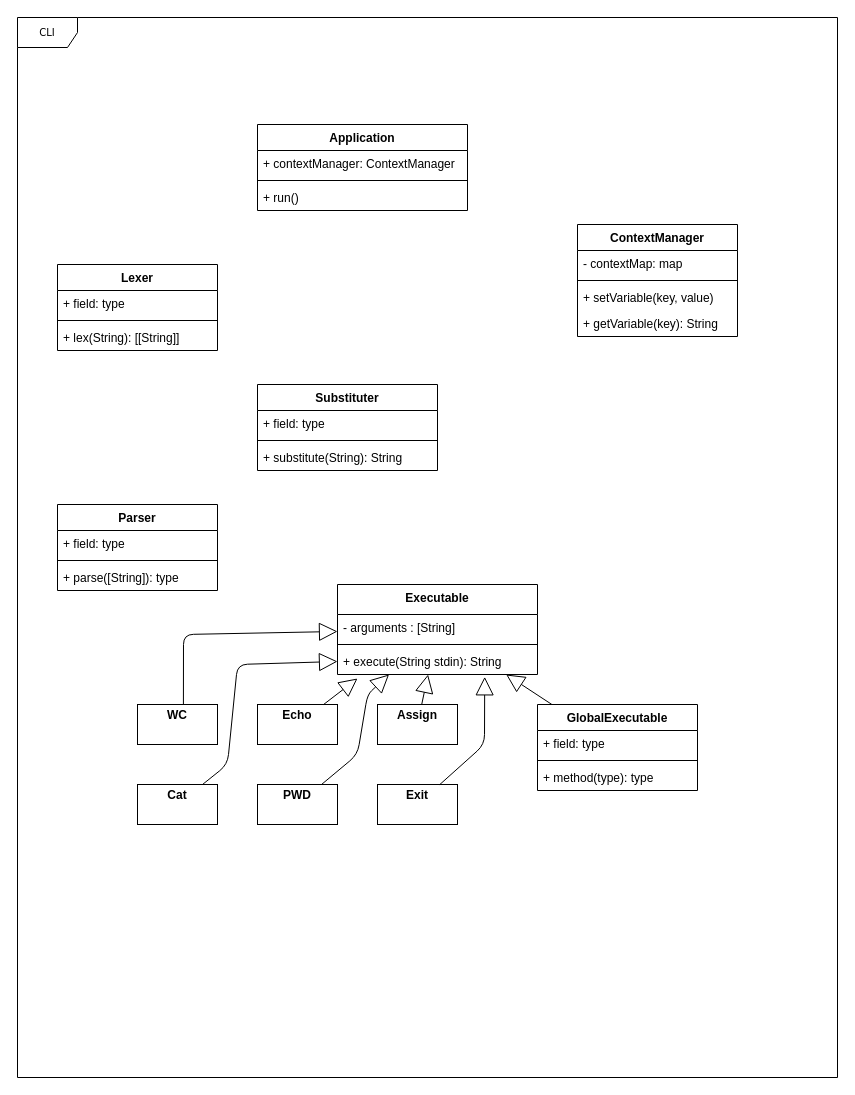
kgamora/cli-itmo-sd-2023 keeps this draw.io diagram as cli-class_scheme.drawio. Above is the earlier version. Source tidied: cells renumbered, new cells numbered last; positions are measured from the earlier drawing's top-left corner, leaving out a move shared by most shapes. Both pictures are drawn from the tidied source at 100%, with x=0, y=0 at pixel (17, 17).
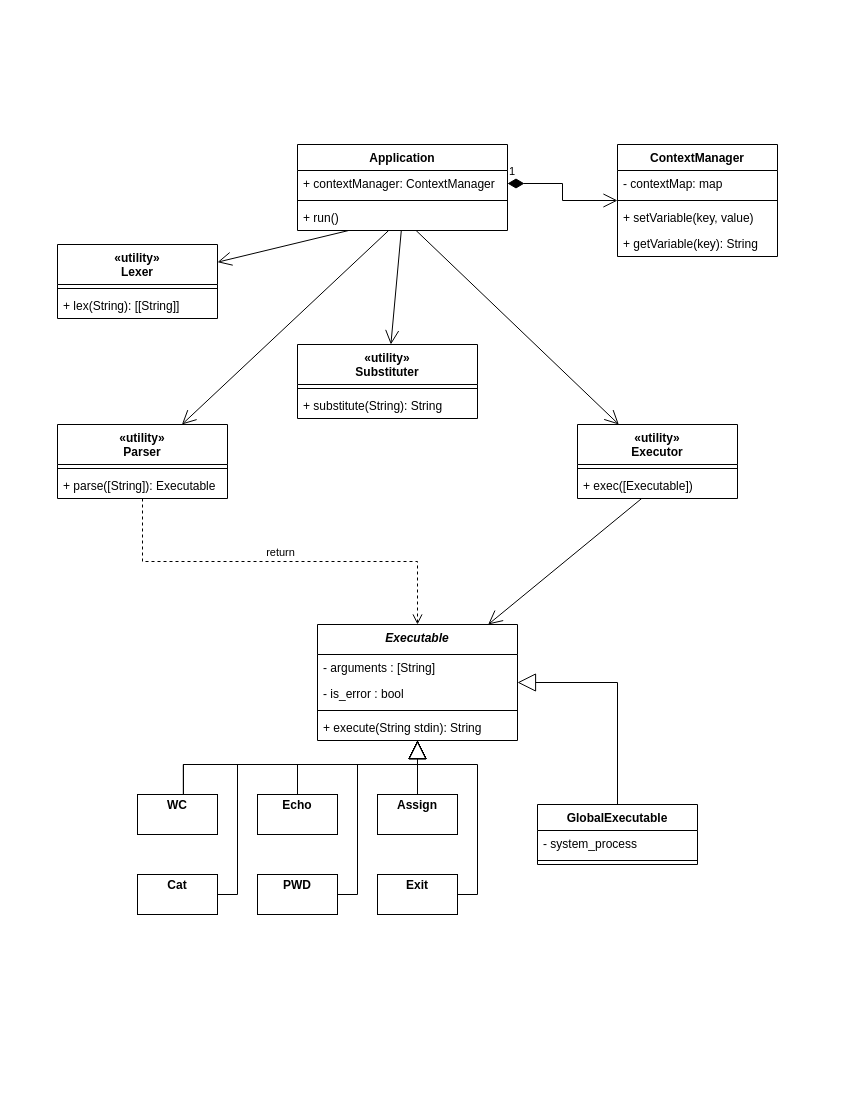
After the change.

Commit message:
Построена диаграмма классов

Unchanged cells that the change refers to:
```xml
<mxCell id="9" value="+ contextManager: ContextManager" style="text;strokeColor=none;fillColor=none;align=left;verticalAlign=top;spacingLeft=4;spacingRight=4;overflow=hidden;points=[[0,0.5],[1,0.5]];portConstraint=eastwest;" parent="8" vertex="1">
  <mxGeometry y="26" width="210" height="26" as="geometry" />
</mxCell>
<mxCell id="11" value="+ run()" style="text;strokeColor=none;fillColor=none;align=left;verticalAlign=top;spacingLeft=4;spacingRight=4;overflow=hidden;points=[[0,0.5],[1,0.5]];portConstraint=eastwest;" parent="8" vertex="1">
  <mxGeometry y="60" width="210" height="26" as="geometry" />
</mxCell>
```

Diff of the diagram source:
```diff
@@
-    <mxCell id="2" value="CLI" style="shape=umlFrame;whiteSpace=wrap;html=1;rounded=0;shadow=0;comic=0;labelBackgroundColor=none;strokeWidth=1;fontFamily=Verdana;fontSize=10;align=center;" parent="1" vertex="1">
-      <mxGeometry width="820" height="1060" as="geometry" />
-    </mxCell>
     <mxCell id="3" value="ContextManager" style="swimlane;fontStyle=1;align=center;verticalAlign=top;horizontal=1;startSize=26;" parent="1" vertex="1">
-      <mxGeometry x="560" y="207" width="160" height="112" as="geometry" />
+      <mxGeometry x="600" y="127" width="160" height="112" as="geometry" />
     </mxCell>
@@
     <mxCell id="8" value="Application" style="swimlane;fontStyle=1;align=center;verticalAlign=top;horizontal=1;startSize=26;" parent="1" vertex="1">
-      <mxGeometry x="240" y="107" width="210" height="86" as="geometry" />
+      <mxGeometry x="280" y="127" width="210" height="86" as="geometry" />
     </mxCell>
@@
-    <mxCell id="12" value="Lexer" style="swimlane;fontStyle=1;align=center;verticalAlign=top;horizontal=1;startSize=26;" parent="1" vertex="1">
-      <mxGeometry x="40" y="247" width="160" height="86" as="geometry" />
+    <mxCell id="12" value="«utility»&#10;Lexer" style="swimlane;fontStyle=1;align=center;verticalAlign=top;horizontal=1;startSize=40;" parent="1" vertex="1">
+      <mxGeometry x="40" y="227" width="160" height="74" as="geometry" />
     </mxCell>
-    <mxCell id="13" value="+ field: type" style="text;strokeColor=none;fillColor=none;align=left;verticalAlign=top;spacingLeft=4;spacingRight=4;overflow=hidden;" parent="12" vertex="1">
-      <mxGeometry y="26" width="160" height="26" as="geometry" />
-    </mxCell>
     <mxCell id="14" style="line;strokeWidth=1;fillColor=none;align=left;verticalAlign=middle;spacingTop=-1;spacingLeft=3;spacingRight=3;labelPosition=right;strokeColor=inherit;" parent="12" vertex="1">
-      <mxGeometry y="52" width="160" height="8" as="geometry" />
+      <mxGeometry y="40" width="160" height="8" as="geometry" />
     </mxCell>
     <mxCell id="15" value="+ lex(String): [[String]]" style="text;strokeColor=none;fillColor=none;align=left;verticalAlign=top;spacingLeft=4;spacingRight=4;overflow=hidden;" parent="12" vertex="1">
-      <mxGeometry y="60" width="160" height="26" as="geometry" />
+      <mxGeometry y="48" width="160" height="26" as="geometry" />
     </mxCell>
-    <mxCell id="16" value="Substituter" style="swimlane;fontStyle=1;align=center;verticalAlign=top;horizontal=1;startSize=26;" parent="1" vertex="1">
-      <mxGeometry x="240" y="367" width="180" height="86" as="geometry" />
+    <mxCell id="16" value="«utility»&#10;Substituter" style="swimlane;fontStyle=1;align=center;verticalAlign=top;horizontal=1;startSize=40;" parent="1" vertex="1">
+      <mxGeometry x="280" y="327" width="180" height="74" as="geometry" />
     </mxCell>
-    <mxCell id="17" value="+ field: type" style="text;strokeColor=none;fillColor=none;align=left;verticalAlign=top;spacingLeft=4;spacingRight=4;overflow=hidden;" parent="16" vertex="1">
-      <mxGeometry y="26" width="180" height="26" as="geometry" />
-    </mxCell>
     <mxCell id="18" style="line;strokeWidth=1;fillColor=none;align=left;verticalAlign=middle;spacingTop=-1;spacingLeft=3;spacingRight=3;labelPosition=right;strokeColor=inherit;" parent="16" vertex="1">
-      <mxGeometry y="52" width="180" height="8" as="geometry" />
+      <mxGeometry y="40" width="180" height="8" as="geometry" />
     </mxCell>
     <mxCell id="19" value="+ substitute(String): String" style="text;strokeColor=none;fillColor=none;align=left;verticalAlign=top;spacingLeft=4;spacingRight=4;overflow=hidden;" parent="16" vertex="1">
-      <mxGeometry y="60" width="180" height="26" as="geometry" />
+      <mxGeometry y="48" width="180" height="26" as="geometry" />
     </mxCell>
-    <mxCell id="20" value="Parser" style="swimlane;fontStyle=1;align=center;verticalAlign=top;horizontal=1;startSize=26;" parent="1" vertex="1">
-      <mxGeometry x="40" y="487" width="160" height="86" as="geometry" />
+    <mxCell id="20" value="«utility»&#10;Parser" style="swimlane;fontStyle=1;align=center;verticalAlign=top;horizontal=1;startSize=40;" parent="1" vertex="1">
+      <mxGeometry x="40" y="407" width="170" height="74" as="geometry" />
     </mxCell>
-    <mxCell id="21" value="+ field: type" style="text;strokeColor=none;fillColor=none;align=left;verticalAlign=top;spacingLeft=4;spacingRight=4;overflow=hidden;" parent="20" vertex="1">
-      <mxGeometry y="26" width="160" height="26" as="geometry" />
-    </mxCell>
     <mxCell id="22" style="line;strokeWidth=1;fillColor=none;align=left;verticalAlign=middle;spacingTop=-1;spacingLeft=3;spacingRight=3;labelPosition=right;strokeColor=inherit;" parent="20" vertex="1">
-      <mxGeometry y="52" width="160" height="8" as="geometry" />
+      <mxGeometry y="40" width="170" height="8" as="geometry" />
     </mxCell>
-    <mxCell id="23" value="+ parse([String]): type" style="text;strokeColor=none;fillColor=none;align=left;verticalAlign=top;spacingLeft=4;spacingRight=4;overflow=hidden;points=[[0,0.5],[1,0.5]];portConstraint=eastwest;" parent="20" vertex="1">
-      <mxGeometry y="60" width="160" height="26" as="geometry" />
+    <mxCell id="23" value="+ parse([String]): Executable" style="text;strokeColor=none;fillColor=none;align=left;verticalAlign=top;spacingLeft=4;spacingRight=4;overflow=hidden;points=[[0,0.5],[1,0.5]];portConstraint=eastwest;" parent="20" vertex="1">
+      <mxGeometry y="48" width="170" height="26" as="geometry" />
     </mxCell>
-    <mxCell id="24" value="Executable" style="swimlane;fontStyle=1;align=center;verticalAlign=top;horizontal=1;startSize=30;" parent="1" vertex="1">
-      <mxGeometry x="320" y="567" width="200" height="90" as="geometry" />
+    <mxCell id="24" value="Executable" style="swimlane;fontStyle=3;align=center;verticalAlign=top;horizontal=1;startSize=30;" parent="1" vertex="1">
+      <mxGeometry x="300" y="607" width="200" height="116" as="geometry" />
     </mxCell>
@@
+    <mxCell id="45" value="- is_error : bool" style="text;strokeColor=none;fillColor=none;align=left;verticalAlign=top;spacingLeft=4;spacingRight=4;overflow=hidden;" parent="24" vertex="1">
+      <mxGeometry y="56" width="200" height="26" as="geometry" />
+    </mxCell>
     <mxCell id="26" style="line;strokeWidth=1;fillColor=none;align=left;verticalAlign=middle;spacingTop=-1;spacingLeft=3;spacingRight=3;labelPosition=right;strokeColor=inherit;" parent="24" vertex="1">
-      <mxGeometry y="56" width="200" height="8" as="geometry" />
+      <mxGeometry y="82" width="200" height="8" as="geometry" />
     </mxCell>
     <mxCell id="27" value="+ execute(String stdin): String" style="text;strokeColor=none;fillColor=none;align=left;verticalAlign=top;spacingLeft=4;spacingRight=4;overflow=hidden;points=[[0,0.5],[1,0.5]];portConstraint=eastwest;" parent="24" vertex="1">
-      <mxGeometry y="64" width="200" height="26" as="geometry" />
+      <mxGeometry y="90" width="200" height="26" as="geometry" />
     </mxCell>
     <mxCell id="28" value="&lt;p style=&quot;margin:0px;margin-top:4px;text-align:center;&quot;&gt;&lt;b&gt;WC&lt;/b&gt;&lt;/p&gt;" style="verticalAlign=top;align=left;overflow=fill;fontSize=12;fontFamily=Helvetica;html=1;" parent="1" vertex="1">
-      <mxGeometry x="120" y="687" width="80" height="40" as="geometry" />
+      <mxGeometry x="120" y="777" width="80" height="40" as="geometry" />
     </mxCell>
     <mxCell id="29" value="&lt;p style=&quot;margin:0px;margin-top:4px;text-align:center;&quot;&gt;&lt;b&gt;Echo&lt;/b&gt;&lt;/p&gt;" style="verticalAlign=top;align=left;overflow=fill;fontSize=12;fontFamily=Helvetica;html=1;" parent="1" vertex="1">
-      <mxGeometry x="240" y="687" width="80" height="40" as="geometry" />
+      <mxGeometry x="240" y="777" width="80" height="40" as="geometry" />
     </mxCell>
     <mxCell id="30" value="&lt;p style=&quot;margin:0px;margin-top:4px;text-align:center;&quot;&gt;&lt;b&gt;Cat&lt;/b&gt;&lt;/p&gt;" style="verticalAlign=top;align=left;overflow=fill;fontSize=12;fontFamily=Helvetica;html=1;" parent="1" vertex="1">
-      <mxGeometry x="120" y="767" width="80" height="40" as="geometry" />
+      <mxGeometry x="120" y="857" width="80" height="40" as="geometry" />
     </mxCell>
     <mxCell id="31" value="&lt;p style=&quot;margin:0px;margin-top:4px;text-align:center;&quot;&gt;&lt;b&gt;PWD&lt;/b&gt;&lt;/p&gt;" style="verticalAlign=top;align=left;overflow=fill;fontSize=12;fontFamily=Helvetica;html=1;" parent="1" vertex="1">
-      <mxGeometry x="240" y="767" width="80" height="40" as="geometry" />
+      <mxGeometry x="240" y="857" width="80" height="40" as="geometry" />
     </mxCell>
     <mxCell id="32" value="&lt;p style=&quot;margin:0px;margin-top:4px;text-align:center;&quot;&gt;&lt;b&gt;Exit&lt;/b&gt;&lt;/p&gt;" style="verticalAlign=top;align=left;overflow=fill;fontSize=12;fontFamily=Helvetica;html=1;" parent="1" vertex="1">
-      <mxGeometry x="360" y="767" width="80" height="40" as="geometry" />
+      <mxGeometry x="360" y="857" width="80" height="40" as="geometry" />
     </mxCell>
     <mxCell id="33" value="&lt;p style=&quot;margin:0px;margin-top:4px;text-align:center;&quot;&gt;&lt;b&gt;Assign&lt;/b&gt;&lt;/p&gt;" style="verticalAlign=top;align=left;overflow=fill;fontSize=12;fontFamily=Helvetica;html=1;" parent="1" vertex="1">
-      <mxGeometry x="360" y="687" width="80" height="40" as="geometry" />
+      <mxGeometry x="360" y="777" width="80" height="40" as="geometry" />
     </mxCell>
     <mxCell id="34" value="GlobalExecutable" style="swimlane;fontStyle=1;align=center;verticalAlign=top;horizontal=1;startSize=26;" parent="1" vertex="1">
-      <mxGeometry x="520" y="687" width="160" height="86" as="geometry" />
+      <mxGeometry x="520" y="787" width="160" height="60" as="geometry" />
     </mxCell>
-    <mxCell id="35" value="+ field: type" style="text;strokeColor=none;fillColor=none;align=left;verticalAlign=top;spacingLeft=4;spacingRight=4;overflow=hidden;" parent="34" vertex="1">
+    <mxCell id="35" value="- system_process" style="text;strokeColor=none;fillColor=none;align=left;verticalAlign=top;spacingLeft=4;spacingRight=4;overflow=hidden;" parent="34" vertex="1">
       <mxGeometry y="26" width="160" height="26" as="geometry" />
     </mxCell>
@@
-    <mxCell id="37" value="+ method(type): type" style="text;strokeColor=none;fillColor=none;align=left;verticalAlign=top;spacingLeft=4;spacingRight=4;overflow=hidden;" parent="34" vertex="1">
-      <mxGeometry y="60" width="160" height="26" as="geometry" />
-    </mxCell>
-    <mxCell id="38" style="endArrow=block;endSize=16;endFill=0;html=1;strokeColor=default;exitX=0.574;exitY=-0.003;exitDx=0;exitDy=0;exitPerimeter=0;rounded=1;" parent="1" edge="1" source="28" target="24">
+    <mxCell id="38" style="endArrow=block;endSize=16;endFill=0;html=1;strokeColor=default;exitX=0.574;exitY=-0.003;exitDx=0;exitDy=0;exitPerimeter=0;rounded=0;edgeStyle=orthogonalEdgeStyle;" parent="1" edge="1" source="28" target="24">
       <mxGeometry relative="1" as="geometry">
         <Array as="points">
-          <mxPoint x="166" y="617" />
+          <mxPoint x="166" y="747" />
+          <mxPoint x="400" y="747" />
         </Array>
       </mxGeometry>
     </mxCell>
-    <mxCell id="39" style="endArrow=block;endSize=16;endFill=0;html=1;strokeColor=default;rounded=1;entryX=0;entryY=0.5;entryDx=0;entryDy=0;" parent="1" edge="1" source="30" target="27">
+    <mxCell id="39" style="endArrow=block;endSize=16;endFill=0;html=1;strokeColor=default;rounded=0;edgeStyle=orthogonalEdgeStyle;" parent="1" edge="1" source="30" target="24">
       <mxGeometry relative="1" as="geometry">
         <Array as="points">
-          <mxPoint x="210" y="747" />
-          <mxPoint x="220" y="647" />
+          <mxPoint x="220" y="877" />
+          <mxPoint x="220" y="747" />
+          <mxPoint x="400" y="747" />
         </Array>
       </mxGeometry>
     </mxCell>
-    <mxCell id="40" style="endArrow=block;endSize=16;endFill=0;html=1;strokeColor=default;rounded=1;" parent="1" edge="1" source="29">
+    <mxCell id="40" style="endArrow=block;endSize=16;endFill=0;html=1;strokeColor=default;rounded=0;edgeStyle=orthogonalEdgeStyle;" parent="1" edge="1" source="29" target="24">
       <mxGeometry relative="1" as="geometry">
-        <mxPoint x="340" y="661" as="targetPoint" />
+        <Array as="points">
+          <mxPoint x="280" y="747" />
+          <mxPoint x="400" y="747" />
+        </Array>
       </mxGeometry>
     </mxCell>
-    <mxCell id="41" style="endArrow=block;endSize=16;endFill=0;html=1;strokeColor=default;rounded=1;" parent="1" edge="1" source="31" target="24">
+    <mxCell id="41" style="endArrow=block;endSize=16;endFill=0;html=1;strokeColor=default;rounded=0;edgeStyle=orthogonalEdgeStyle;" parent="1" edge="1" source="31" target="24">
       <mxGeometry relative="1" as="geometry">
         <Array as="points">
-          <mxPoint x="340" y="737" />
-          <mxPoint x="350" y="677" />
+          <mxPoint x="340" y="877" />
+          <mxPoint x="340" y="747" />
+          <mxPoint x="400" y="747" />
         </Array>
       </mxGeometry>
     </mxCell>
-    <mxCell id="42" style="endArrow=block;endSize=16;endFill=0;html=1;strokeColor=default;rounded=1;" parent="1" edge="1" source="33" target="24">
+    <mxCell id="42" style="endArrow=block;endSize=16;endFill=0;html=1;strokeColor=default;rounded=0;edgeStyle=orthogonalEdgeStyle;" parent="1" edge="1" source="33" target="24">
       <mxGeometry relative="1" as="geometry" />
     </mxCell>
-    <mxCell id="43" style="endArrow=block;endSize=16;endFill=0;html=1;strokeColor=default;rounded=1;entryX=0.736;entryY=1.09;entryDx=0;entryDy=0;entryPerimeter=0;" parent="1" edge="1" source="32" target="27">
+    <mxCell id="43" style="endArrow=block;endSize=16;endFill=0;html=1;strokeColor=default;rounded=0;edgeStyle=orthogonalEdgeStyle;" parent="1" edge="1" source="32" target="24">
       <mxGeometry relative="1" as="geometry">
         <Array as="points">
-          <mxPoint x="467" y="727" />
+          <mxPoint x="460" y="877" />
+          <mxPoint x="460" y="747" />
+          <mxPoint x="400" y="747" />
         </Array>
       </mxGeometry>
     </mxCell>
-    <mxCell id="44" style="endArrow=block;endSize=16;endFill=0;html=1;strokeColor=default;rounded=1;" parent="1" edge="1" source="34" target="24">
-      <mxGeometry relative="1" as="geometry" />
+    <mxCell id="44" style="endArrow=block;endSize=16;endFill=0;html=1;strokeColor=default;rounded=0;edgeStyle=orthogonalEdgeStyle;" parent="1" edge="1" source="34" target="24">
+      <mxGeometry relative="1" as="geometry">
+        <Array as="points">
+          <mxPoint x="600" y="665" />
+        </Array>
+      </mxGeometry>
     </mxCell>
+    <mxCell id="46" value="«utility»&#10;Executor" style="swimlane;fontStyle=1;align=center;verticalAlign=top;horizontal=1;startSize=40;" parent="1" vertex="1">
+      <mxGeometry x="560" y="407" width="160" height="74" as="geometry" />
+    </mxCell>
+    <mxCell id="47" style="line;strokeWidth=1;fillColor=none;align=left;verticalAlign=middle;spacingTop=-1;spacingLeft=3;spacingRight=3;labelPosition=right;strokeColor=inherit;" parent="46" vertex="1">
+      <mxGeometry y="40" width="160" height="8" as="geometry" />
+    </mxCell>
+    <mxCell id="48" value="+ exec([Executable])" style="text;strokeColor=none;fillColor=none;align=left;verticalAlign=top;spacingLeft=4;spacingRight=4;overflow=hidden;points=[[0,0.5],[1,0.5]];portConstraint=eastwest;" parent="46" vertex="1">
+      <mxGeometry y="48" width="160" height="26" as="geometry" />
+    </mxCell>
+    <mxCell id="49" style="endArrow=open;endFill=1;endSize=12;html=1;rounded=0;" parent="1" edge="1" source="11" target="12">
+      <mxGeometry relative="1" as="geometry" />
+    </mxCell>
+    <mxCell id="50" style="endArrow=open;endFill=1;endSize=12;html=1;rounded=0;" parent="1" edge="1" source="11" target="46">
+      <mxGeometry relative="1" as="geometry" />
+    </mxCell>
+    <mxCell id="51" style="endArrow=open;endFill=1;endSize=12;html=1;rounded=0;" parent="1" edge="1" source="11" target="20">
+      <mxGeometry relative="1" as="geometry" />
+    </mxCell>
+    <mxCell id="52" value="1" style="endArrow=open;html=1;endSize=12;startArrow=diamondThin;startSize=14;startFill=1;edgeStyle=orthogonalEdgeStyle;align=left;verticalAlign=bottom;rounded=0;exitX=1;exitY=0.5;exitDx=0;exitDy=0;" parent="1" edge="1" source="9" target="3">
+      <mxGeometry x="-1" y="3" relative="1" as="geometry" />
+    </mxCell>
+    <mxCell id="53" style="endArrow=open;endFill=1;endSize=12;html=1;rounded=0;" parent="1" edge="1" source="11" target="16">
+      <mxGeometry relative="1" as="geometry" />
+    </mxCell>
+    <mxCell id="54" value="return" style="html=1;verticalAlign=bottom;endArrow=open;dashed=1;endSize=8;edgeStyle=elbowEdgeStyle;elbow=vertical;curved=0;rounded=0;" parent="1" edge="1" source="23" target="24">
+      <mxGeometry relative="1" as="geometry" />
+    </mxCell>
+    <mxCell id="55" style="endArrow=open;endFill=1;endSize=12;html=1;rounded=0;" parent="1" edge="1" source="48" target="24">
+      <mxGeometry relative="1" as="geometry" />
+    </mxCell>
+    <mxCell id="56" style="endArrow=block;endSize=16;endFill=0;html=1;strokeColor=default;exitX=0.574;exitY=-0.003;exitDx=0;exitDy=0;exitPerimeter=0;rounded=0;edgeStyle=orthogonalEdgeStyle;" parent="1" edge="1" source="28" target="24">
+      <mxGeometry relative="1" as="geometry">
+        <Array as="points">
+          <mxPoint x="166" y="747" />
+          <mxPoint x="400" y="747" />
+        </Array>
+      </mxGeometry>
+    </mxCell>
+    <mxCell id="57" style="endArrow=block;endSize=16;endFill=0;html=1;strokeColor=default;rounded=0;edgeStyle=orthogonalEdgeStyle;" parent="1" edge="1" source="29" target="24">
+      <mxGeometry relative="1" as="geometry">
+        <Array as="points">
+          <mxPoint x="280" y="747" />
+          <mxPoint x="400" y="747" />
+        </Array>
+      </mxGeometry>
+    </mxCell>
```
